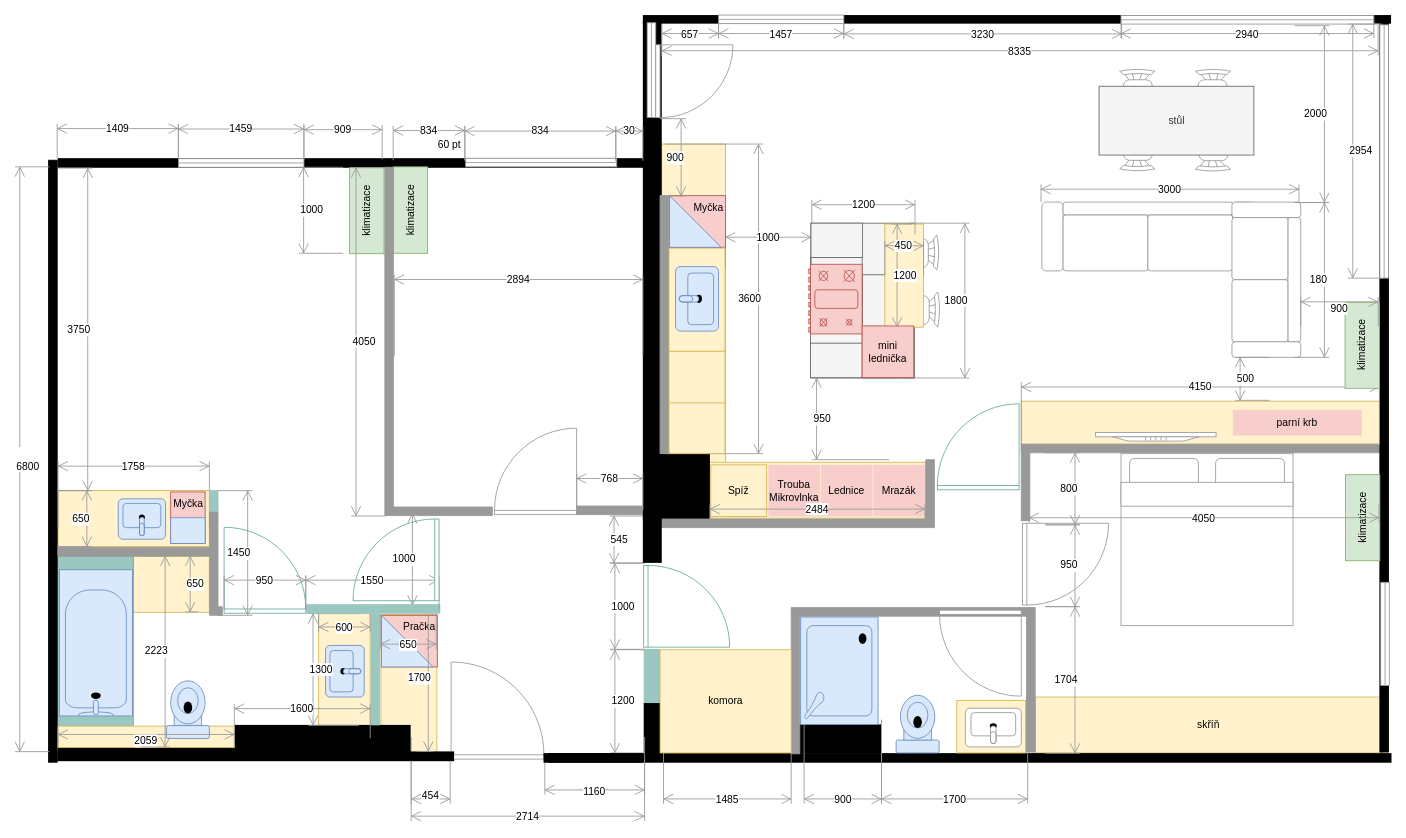
Earlier version of the draw.io diagram page "final" (1 of 2) of docs/src/static/drawings/floor-plan.furniched.drawio (surquest/flat-renovation). Source tidied: cells renumbered, new cells numbered last; positions are measured from the earlier drawing's top-left corner, leaving out a move shared by most shapes. Both pictures are drawn from the tidied source at 86%, with x=0, y=0 at pixel (15, 15).
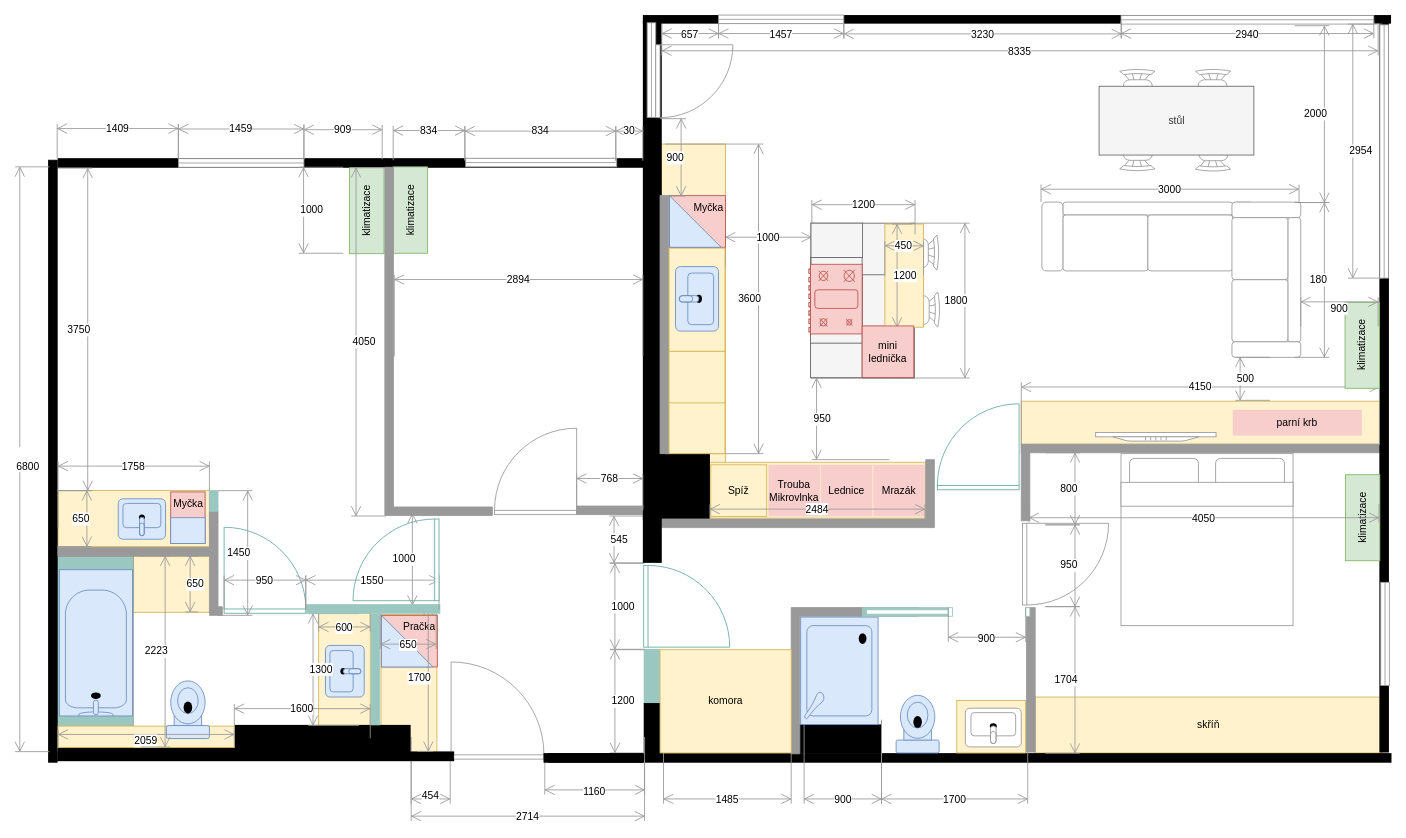
The same diagram, later.

Commit message (it also covers changes not shown here):
Moving doors in small bathroom

Diff of the diagram source:
```diff
@@
     <mxCell id="78" style="verticalLabelPosition=bottom;html=1;verticalAlign=top;align=center;shape=mxgraph.floorplan.wallCorner;fillColor=strokeColor;strokeColor=#999999;" parent="1" vertex="1">
-      <mxGeometry x="902.5" y="689" width="277.5" height="170" as="geometry" />
+      <mxGeometry x="902.5" y="689" width="147.5" height="170" as="geometry" />
     </mxCell>
@@
-    <mxCell id="91" style="verticalLabelPosition=bottom;html=1;verticalAlign=top;align=center;shape=mxgraph.floorplan.doorLeft;strokeColor=#999999;fillColor=#FFFFFF;direction=east;flipV=0;flipH=1;" parent="1" vertex="1">
-      <mxGeometry x="1075" y="692" width="95" height="85" as="geometry" />
-    </mxCell>
@@
-    <mxCell id="122" value="60 pt" style="text;whiteSpace=wrap;html=1;" parent="1" vertex="1">
-      <mxGeometry x="490" y="137" width="60" height="40" as="geometry" />
-    </mxCell>
@@
+    <mxCell id="168" style="verticalLabelPosition=bottom;html=1;verticalAlign=top;align=center;shape=mxgraph.floorplan.wall;fillColor=strokeColor;strokeColor=#9AC7BF;" parent="1" vertex="1">
+      <mxGeometry x="985.2" y="689.1" width="100" height="10" as="geometry" />
+    </mxCell>
+    <mxCell id="169" style="verticalLabelPosition=bottom;html=1;verticalAlign=top;align=center;shape=mxgraph.floorplan.doorPocket;dx=0.5;strokeColor=#9AC7BF;" parent="1" vertex="1">
+      <mxGeometry x="990" y="689.1" width="190" height="10" as="geometry" />
+    </mxCell>
+    <mxCell id="170" value="900" style="shape=dimension;whiteSpace=wrap;html=1;align=center;verticalAlign=bottom;spacingBottom=-5;labelBackgroundColor=#ffffff;strokeColor=#999999;" parent="1" vertex="1">
+      <mxGeometry x="1085.2" y="689" width="90" height="40" as="geometry" />
+    </mxCell>
```
